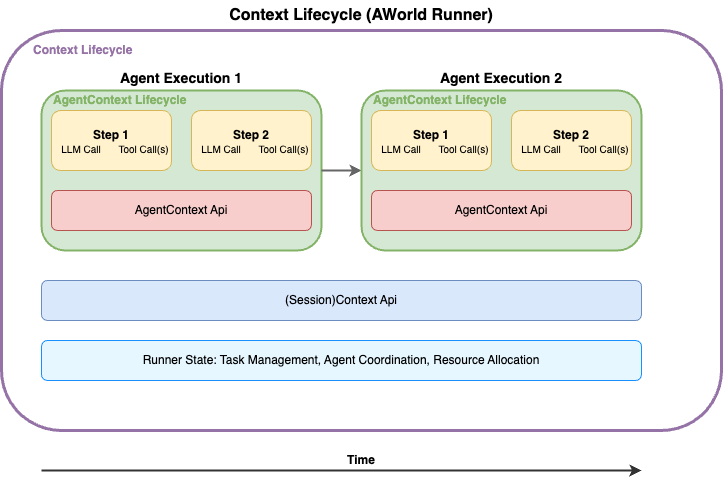
Earlier version of the draw.io export readme_assets/context_lifecycle.png (yumiao20071126/AWorld). Source tidied: cells renumbered, new cells last; positions are measured from the earlier drawing's top-left corner, leaving out a move shared by most shapes.
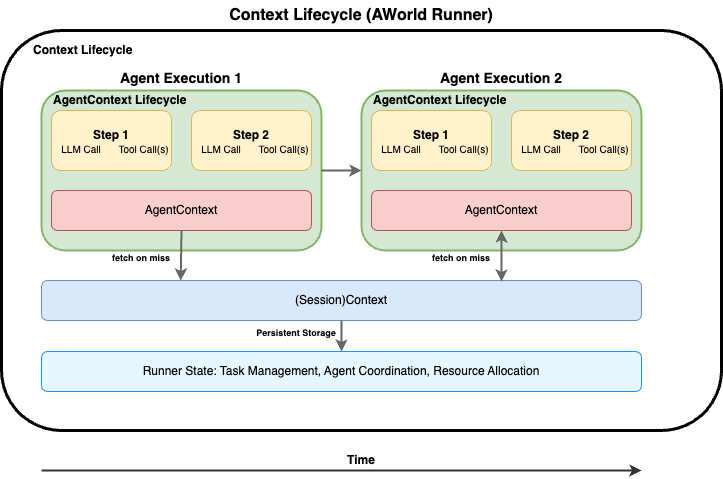
Later version of the same file.

Commit message:
context_4 1. agentConfig inherit context 2. AgentConfig <-> llm_config config sync

What changed in the source:
```diff
@@ -2,106 +2,126 @@
   <root>
     <mxCell id="0" />
     <mxCell id="1" parent="0" />
-    <mxCell id="2" style="rounded=1;whiteSpace=wrap;html=1;fillColor=none;strokeColor=#9673A6;strokeWidth=3;" parent="1" vertex="1">
-      <mxGeometry y="30" width="720" height="400" as="geometry" />
-    </mxCell>
+    <mxCell id="34" style="rounded=1;whiteSpace=wrap;html=1;fillColor=none;strokeColor=#000000;strokeWidth=3;" parent="1" vertex="1">
+      <mxGeometry y="30" width="720" height="400" as="geometry" />
+    </mxCell>
     <mxCell id="3" value="Context Lifecycle (AWorld Runner)" style="text;html=1;strokeColor=none;fillColor=none;align=center;verticalAlign=middle;whiteSpace=wrap;rounded=0;fontSize=16;fontStyle=1;" parent="1" vertex="1">
       <mxGeometry x="220" width="280" height="30" as="geometry" />
     </mxCell>
-    <mxCell id="4" style="rounded=1;whiteSpace=wrap;html=1;fillColor=#d5e8d4;strokeColor=#82b366;strokeWidth=2;" parent="1" vertex="1">
-      <mxGeometry x="40" y="90" width="280" height="160" as="geometry" />
-    </mxCell>
+    <mxCell id="35" style="rounded=1;whiteSpace=wrap;html=1;fillColor=#d5e8d4;strokeColor=#82b366;strokeWidth=2;" parent="1" vertex="1">
+      <mxGeometry x="40" y="90" width="280" height="160" as="geometry" />
+    </mxCell>
     <mxCell id="5" value="Agent Execution 1" style="text;html=1;strokeColor=none;fillColor=none;align=center;verticalAlign=middle;whiteSpace=wrap;rounded=0;fontSize=14;fontStyle=1;" parent="1" vertex="1">
       <mxGeometry x="100" y="65" width="160" height="25" as="geometry" />
     </mxCell>
-    <mxCell id="6" style="rounded=1;whiteSpace=wrap;html=1;fillColor=#fff2cc;strokeColor=#d6b656;" parent="1" vertex="1">
-      <mxGeometry x="50" y="110" width="120" height="60" as="geometry" />
-    </mxCell>
-    <mxCell id="7" value="Step 1" style="text;html=1;strokeColor=none;fillColor=none;align=center;verticalAlign=middle;whiteSpace=wrap;rounded=0;fontSize=12;fontStyle=1;" parent="1" vertex="1">
-      <mxGeometry x="80" y="125" width="60" height="20" as="geometry" />
-    </mxCell>
-    <mxCell id="8" value="LLM Call" style="text;html=1;strokeColor=none;fillColor=none;align=center;verticalAlign=middle;whiteSpace=wrap;rounded=0;fontSize=10;" parent="1" vertex="1">
-      <mxGeometry x="55" y="140" width="50" height="15" as="geometry" />
-    </mxCell>
-    <mxCell id="9" value="Tool Call(s)" style="text;html=1;strokeColor=none;fillColor=none;align=center;verticalAlign=middle;whiteSpace=wrap;rounded=0;fontSize=10;" parent="1" vertex="1">
-      <mxGeometry x="115" y="140" width="55" height="15" as="geometry" />
-    </mxCell>
-    <mxCell id="10" value="AgentContext Api" style="rounded=1;whiteSpace=wrap;html=1;fillColor=#f8cecc;strokeColor=#b85450;" parent="1" vertex="1">
-      <mxGeometry x="50" y="190" width="260" height="40" as="geometry" />
-    </mxCell>
+    <mxCell id="36" style="rounded=1;whiteSpace=wrap;html=1;fillColor=#fff2cc;strokeColor=#d6b656;" parent="1" vertex="1">
+      <mxGeometry x="50" y="110" width="120" height="60" as="geometry" />
+    </mxCell>
+    <mxCell id="37" value="Step 1" style="text;html=1;strokeColor=none;fillColor=none;align=center;verticalAlign=middle;whiteSpace=wrap;rounded=0;fontSize=12;fontStyle=1;" parent="1" vertex="1">
+      <mxGeometry x="80" y="125" width="60" height="20" as="geometry" />
+    </mxCell>
+    <mxCell id="38" value="LLM Call" style="text;html=1;strokeColor=none;fillColor=none;align=center;verticalAlign=middle;whiteSpace=wrap;rounded=0;fontSize=10;" parent="1" vertex="1">
+      <mxGeometry x="55" y="140" width="50" height="15" as="geometry" />
+    </mxCell>
+    <mxCell id="39" value="Tool Call(s)" style="text;html=1;strokeColor=none;fillColor=none;align=center;verticalAlign=middle;whiteSpace=wrap;rounded=0;fontSize=10;" parent="1" vertex="1">
+      <mxGeometry x="115" y="140" width="55" height="15" as="geometry" />
+    </mxCell>
+    <mxCell id="40" value="AgentContext" style="rounded=1;whiteSpace=wrap;html=1;fillColor=#f8cecc;strokeColor=#b85450;" parent="1" vertex="1">
+      <mxGeometry x="50" y="190" width="260" height="40" as="geometry" />
+    </mxCell>
     <mxCell id="11" value="Agent Execution 2" style="text;html=1;strokeColor=none;fillColor=none;align=center;verticalAlign=middle;whiteSpace=wrap;rounded=0;fontSize=14;fontStyle=1;" parent="1" vertex="1">
       <mxGeometry x="420" y="65" width="160" height="25" as="geometry" />
     </mxCell>
-    <mxCell id="12" value="(Session)Context Api" style="rounded=1;whiteSpace=wrap;html=1;fillColor=#dae8fc;strokeColor=#6c8ebf;" parent="1" vertex="1">
-      <mxGeometry x="40" y="280" width="600" height="40" as="geometry" />
-    </mxCell>
+    <mxCell id="41" value="(Session)Context" style="rounded=1;whiteSpace=wrap;html=1;fillColor=#dae8fc;strokeColor=#6c8ebf;" parent="1" vertex="1">
+      <mxGeometry x="40" y="280" width="600" height="40" as="geometry" />
+    </mxCell>
     <mxCell id="13" value="Runner State: Task Management, Agent Coordination, Resource Allocation" style="rounded=1;whiteSpace=wrap;html=1;fillColor=#e6f7ff;strokeColor=#1890ff;" parent="1" vertex="1">
-      <mxGeometry x="40" y="340" width="600" height="40" as="geometry" />
+      <mxGeometry x="40" y="351" width="600" height="40" as="geometry" />
     </mxCell>
-    <mxCell id="14" value="Context Lifecycle" style="text;html=1;strokeColor=none;fillColor=none;align=left;verticalAlign=middle;whiteSpace=wrap;rounded=0;fontSize=12;fontStyle=1;fontColor=#9673a6;" parent="1" vertex="1">
+    <mxCell id="14" value="Context Lifecycle" style="text;html=1;strokeColor=none;fillColor=none;align=left;verticalAlign=middle;whiteSpace=wrap;rounded=0;fontSize=12;fontStyle=1;fontColor=#000000;" parent="1" vertex="1">
       <mxGeometry x="30" y="40" width="120" height="20" as="geometry" />
     </mxCell>
-    <mxCell id="15" value="AgentContext Lifecycle" style="text;html=1;strokeColor=none;fillColor=none;align=left;verticalAlign=middle;whiteSpace=wrap;rounded=0;fontSize=12;fontStyle=1;fontColor=#82b366;" parent="1" vertex="1">
-      <mxGeometry x="50" y="90" width="150" height="20" as="geometry" />
-    </mxCell>
-    <mxCell id="16" style="endArrow=classic;html=1;rounded=0;strokeColor=#666666;strokeWidth=2;entryX=0;entryY=0.5;entryDx=0;entryDy=0;" parent="1" edge="1" target="23">
-      <mxGeometry relative="1" as="geometry">
-        <mxPoint x="320" y="170" as="sourcePoint" />
-      </mxGeometry>
-    </mxCell>
+    <mxCell id="42" value="AgentContext Lifecycle" style="text;html=1;strokeColor=none;fillColor=none;align=left;verticalAlign=middle;whiteSpace=wrap;rounded=0;fontSize=12;fontStyle=1;fontColor=#000000;" parent="1" vertex="1">
+      <mxGeometry x="50" y="90" width="150" height="20" as="geometry" />
+    </mxCell>
+    <mxCell id="43" style="endArrow=classic;html=1;rounded=0;strokeColor=#666666;strokeWidth=2;entryX=0;entryY=0.5;entryDx=0;entryDy=0;" parent="1" edge="1" target="49">
+      <mxGeometry relative="1" as="geometry">
+        <mxPoint x="320" y="170" as="sourcePoint" />
+      </mxGeometry>
+    </mxCell>
     <mxCell id="17" value="Time" style="text;html=1;strokeColor=none;fillColor=none;align=center;verticalAlign=middle;whiteSpace=wrap;rounded=0;fontSize=12;fontStyle=1;" parent="1" vertex="1">
       <mxGeometry x="320" y="450" width="80" height="20" as="geometry" />
     </mxCell>
-    <mxCell id="18" style="endArrow=classic;html=1;rounded=0;strokeColor=#333333;strokeWidth=2;" parent="1" edge="1">
-      <mxGeometry relative="1" as="geometry">
-        <mxPoint x="40" y="470" as="sourcePoint" />
-        <mxPoint x="640" y="470" as="targetPoint" />
-      </mxGeometry>
-    </mxCell>
-    <mxCell id="19" style="rounded=1;whiteSpace=wrap;html=1;fillColor=#fff2cc;strokeColor=#d6b656;" parent="1" vertex="1">
-      <mxGeometry x="190" y="110" width="120" height="60" as="geometry" />
-    </mxCell>
-    <mxCell id="20" value="Step 2" style="text;html=1;strokeColor=none;fillColor=none;align=center;verticalAlign=middle;whiteSpace=wrap;rounded=0;fontSize=12;fontStyle=1;" parent="1" vertex="1">
-      <mxGeometry x="220" y="125" width="60" height="20" as="geometry" />
-    </mxCell>
-    <mxCell id="21" value="LLM Call" style="text;html=1;strokeColor=none;fillColor=none;align=center;verticalAlign=middle;whiteSpace=wrap;rounded=0;fontSize=10;" parent="1" vertex="1">
-      <mxGeometry x="195" y="140" width="50" height="15" as="geometry" />
-    </mxCell>
-    <mxCell id="22" value="Tool Call(s)" style="text;html=1;strokeColor=none;fillColor=none;align=center;verticalAlign=middle;whiteSpace=wrap;rounded=0;fontSize=10;" parent="1" vertex="1">
-      <mxGeometry x="255" y="140" width="55" height="15" as="geometry" />
-    </mxCell>
-    <mxCell id="23" style="rounded=1;whiteSpace=wrap;html=1;fillColor=#d5e8d4;strokeColor=#82b366;strokeWidth=2;" parent="1" vertex="1">
-      <mxGeometry x="360" y="90" width="280" height="160" as="geometry" />
-    </mxCell>
-    <mxCell id="24" style="rounded=1;whiteSpace=wrap;html=1;fillColor=#fff2cc;strokeColor=#d6b656;" parent="1" vertex="1">
-      <mxGeometry x="370" y="110" width="120" height="60" as="geometry" />
-    </mxCell>
-    <mxCell id="25" value="Step 1" style="text;html=1;strokeColor=none;fillColor=none;align=center;verticalAlign=middle;whiteSpace=wrap;rounded=0;fontSize=12;fontStyle=1;" parent="1" vertex="1">
-      <mxGeometry x="400" y="125" width="60" height="20" as="geometry" />
-    </mxCell>
-    <mxCell id="26" value="LLM Call" style="text;html=1;strokeColor=none;fillColor=none;align=center;verticalAlign=middle;whiteSpace=wrap;rounded=0;fontSize=10;" parent="1" vertex="1">
-      <mxGeometry x="375" y="140" width="50" height="15" as="geometry" />
-    </mxCell>
-    <mxCell id="27" value="Tool Call(s)" style="text;html=1;strokeColor=none;fillColor=none;align=center;verticalAlign=middle;whiteSpace=wrap;rounded=0;fontSize=10;" parent="1" vertex="1">
-      <mxGeometry x="435" y="140" width="55" height="15" as="geometry" />
-    </mxCell>
-    <mxCell id="28" value="AgentContext Api" style="rounded=1;whiteSpace=wrap;html=1;fillColor=#f8cecc;strokeColor=#b85450;" parent="1" vertex="1">
-      <mxGeometry x="370" y="190" width="260" height="40" as="geometry" />
-    </mxCell>
-    <mxCell id="29" value="AgentContext Lifecycle" style="text;html=1;strokeColor=none;fillColor=none;align=left;verticalAlign=middle;whiteSpace=wrap;rounded=0;fontSize=12;fontStyle=1;fontColor=#82b366;" parent="1" vertex="1">
-      <mxGeometry x="370" y="90" width="150" height="20" as="geometry" />
-    </mxCell>
-    <mxCell id="30" style="rounded=1;whiteSpace=wrap;html=1;fillColor=#fff2cc;strokeColor=#d6b656;" parent="1" vertex="1">
-      <mxGeometry x="510" y="110" width="120" height="60" as="geometry" />
-    </mxCell>
-    <mxCell id="31" value="Step 2" style="text;html=1;strokeColor=none;fillColor=none;align=center;verticalAlign=middle;whiteSpace=wrap;rounded=0;fontSize=12;fontStyle=1;" parent="1" vertex="1">
-      <mxGeometry x="540" y="125" width="60" height="20" as="geometry" />
-    </mxCell>
-    <mxCell id="32" value="LLM Call" style="text;html=1;strokeColor=none;fillColor=none;align=center;verticalAlign=middle;whiteSpace=wrap;rounded=0;fontSize=10;" parent="1" vertex="1">
-      <mxGeometry x="515" y="140" width="50" height="15" as="geometry" />
-    </mxCell>
-    <mxCell id="33" value="Tool Call(s)" style="text;html=1;strokeColor=none;fillColor=none;align=center;verticalAlign=middle;whiteSpace=wrap;rounded=0;fontSize=10;" parent="1" vertex="1">
-      <mxGeometry x="575" y="140" width="55" height="15" as="geometry" />
-    </mxCell>
+    <mxCell id="44" style="endArrow=classic;html=1;rounded=0;strokeColor=#333333;strokeWidth=2;" parent="1" edge="1">
+      <mxGeometry relative="1" as="geometry">
+        <mxPoint x="40" y="470" as="sourcePoint" />
+        <mxPoint x="640" y="470" as="targetPoint" />
+      </mxGeometry>
+    </mxCell>
+    <mxCell id="45" style="rounded=1;whiteSpace=wrap;html=1;fillColor=#fff2cc;strokeColor=#d6b656;" parent="1" vertex="1">
+      <mxGeometry x="190" y="110" width="120" height="60" as="geometry" />
+    </mxCell>
+    <mxCell id="46" value="Step 2" style="text;html=1;strokeColor=none;fillColor=none;align=center;verticalAlign=middle;whiteSpace=wrap;rounded=0;fontSize=12;fontStyle=1;" parent="1" vertex="1">
+      <mxGeometry x="220" y="125" width="60" height="20" as="geometry" />
+    </mxCell>
+    <mxCell id="47" value="LLM Call" style="text;html=1;strokeColor=none;fillColor=none;align=center;verticalAlign=middle;whiteSpace=wrap;rounded=0;fontSize=10;" parent="1" vertex="1">
+      <mxGeometry x="195" y="140" width="50" height="15" as="geometry" />
+    </mxCell>
+    <mxCell id="48" value="Tool Call(s)" style="text;html=1;strokeColor=none;fillColor=none;align=center;verticalAlign=middle;whiteSpace=wrap;rounded=0;fontSize=10;" parent="1" vertex="1">
+      <mxGeometry x="255" y="140" width="55" height="15" as="geometry" />
+    </mxCell>
+    <mxCell id="49" style="rounded=1;whiteSpace=wrap;html=1;fillColor=#d5e8d4;strokeColor=#82b366;strokeWidth=2;" parent="1" vertex="1">
+      <mxGeometry x="360" y="90" width="280" height="160" as="geometry" />
+    </mxCell>
+    <mxCell id="50" style="rounded=1;whiteSpace=wrap;html=1;fillColor=#fff2cc;strokeColor=#d6b656;" parent="1" vertex="1">
+      <mxGeometry x="370" y="110" width="120" height="60" as="geometry" />
+    </mxCell>
+    <mxCell id="51" value="Step 1" style="text;html=1;strokeColor=none;fillColor=none;align=center;verticalAlign=middle;whiteSpace=wrap;rounded=0;fontSize=12;fontStyle=1;" parent="1" vertex="1">
+      <mxGeometry x="400" y="125" width="60" height="20" as="geometry" />
+    </mxCell>
+    <mxCell id="52" value="LLM Call" style="text;html=1;strokeColor=none;fillColor=none;align=center;verticalAlign=middle;whiteSpace=wrap;rounded=0;fontSize=10;" parent="1" vertex="1">
+      <mxGeometry x="375" y="140" width="50" height="15" as="geometry" />
+    </mxCell>
+    <mxCell id="53" value="Tool Call(s)" style="text;html=1;strokeColor=none;fillColor=none;align=center;verticalAlign=middle;whiteSpace=wrap;rounded=0;fontSize=10;" parent="1" vertex="1">
+      <mxGeometry x="435" y="140" width="55" height="15" as="geometry" />
+    </mxCell>
+    <mxCell id="54" value="AgentContext" style="rounded=1;whiteSpace=wrap;html=1;fillColor=#f8cecc;strokeColor=#b85450;" parent="1" vertex="1">
+      <mxGeometry x="370" y="190" width="260" height="40" as="geometry" />
+    </mxCell>
+    <mxCell id="55" value="AgentContext Lifecycle" style="text;html=1;strokeColor=none;fillColor=none;align=left;verticalAlign=middle;whiteSpace=wrap;rounded=0;fontSize=12;fontStyle=1;fontColor=#000000;" parent="1" vertex="1">
+      <mxGeometry x="370" y="90" width="150" height="20" as="geometry" />
+    </mxCell>
+    <mxCell id="56" style="rounded=1;whiteSpace=wrap;html=1;fillColor=#fff2cc;strokeColor=#d6b656;" parent="1" vertex="1">
+      <mxGeometry x="510" y="110" width="120" height="60" as="geometry" />
+    </mxCell>
+    <mxCell id="57" value="Step 2" style="text;html=1;strokeColor=none;fillColor=none;align=center;verticalAlign=middle;whiteSpace=wrap;rounded=0;fontSize=12;fontStyle=1;" parent="1" vertex="1">
+      <mxGeometry x="540" y="125" width="60" height="20" as="geometry" />
+    </mxCell>
+    <mxCell id="58" value="LLM Call" style="text;html=1;strokeColor=none;fillColor=none;align=center;verticalAlign=middle;whiteSpace=wrap;rounded=0;fontSize=10;" parent="1" vertex="1">
+      <mxGeometry x="515" y="140" width="50" height="15" as="geometry" />
+    </mxCell>
+    <mxCell id="59" value="Tool Call(s)" style="text;html=1;strokeColor=none;fillColor=none;align=center;verticalAlign=middle;whiteSpace=wrap;rounded=0;fontSize=10;" parent="1" vertex="1">
+      <mxGeometry x="575" y="140" width="55" height="15" as="geometry" />
+    </mxCell>
+    <mxCell id="60" style="endArrow=classic;startArrow=none;html=1;rounded=0;strokeColor=#666666;strokeWidth=2;entryX=0.232;entryY=0;entryDx=0;entryDy=0;exitX=0.5;exitY=1;exitDx=0;exitDy=0;entryPerimeter=0;startFill=0;" parent="1" edge="1" source="40" target="41">
+      <mxGeometry relative="1" as="geometry" />
+    </mxCell>
+    <mxCell id="61" style="endArrow=classic;startArrow=classic;html=1;rounded=0;strokeColor=#666666;strokeWidth=2;exitX=0.5;exitY=1;exitDx=0;exitDy=0;fontColor=#666666;" parent="1" edge="1" source="54">
+      <mxGeometry relative="1" as="geometry">
+        <mxPoint x="500" y="281" as="targetPoint" />
+      </mxGeometry>
+    </mxCell>
+    <mxCell id="62" value="&lt;span style=&quot;color: rgb(0, 0, 0);&quot;&gt;fetch on miss&lt;/span&gt;" style="text;html=1;strokeColor=none;fillColor=none;align=center;verticalAlign=middle;whiteSpace=wrap;rounded=0;fontSize=9;fontColor=#000000;fontStyle=1;" parent="1" vertex="1">
+      <mxGeometry x="420" y="250" width="80" height="15" as="geometry" />
+    </mxCell>
+    <mxCell id="63" style="endArrow=classic;html=1;rounded=0;strokeColor=#666666;strokeWidth=2;entryX=0.5;entryY=0;entryDx=0;entryDy=0;exitX=0.5;exitY=1;exitDx=0;exitDy=0;fontColor=#666666;" parent="1" edge="1" source="41" target="13">
+      <mxGeometry relative="1" as="geometry" />
+    </mxCell>
+    <mxCell id="64" value="Persistent Storage" style="text;html=1;strokeColor=none;fillColor=none;align=center;verticalAlign=middle;whiteSpace=wrap;rounded=0;fontSize=9;fontColor=#000000;fontStyle=1;" parent="1" vertex="1">
+      <mxGeometry x="240" y="325" width="110" height="15" as="geometry" />
+    </mxCell>
+    <mxCell id="65" value="fetch on miss" style="text;html=1;strokeColor=none;fillColor=none;align=center;verticalAlign=middle;whiteSpace=wrap;rounded=0;fontSize=9;fontColor=#000000;fontStyle=1;" parent="1" vertex="1">
+      <mxGeometry x="100" y="250" width="80" height="15" as="geometry" />
+    </mxCell>
   </root>
 </mxGraphModel>
```
